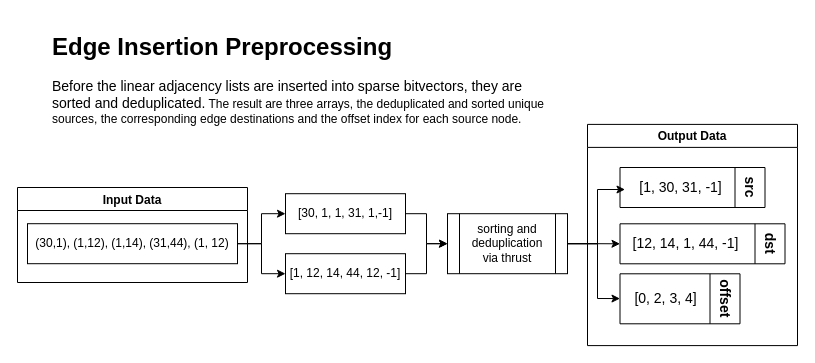
Before: img/edge-insertion.drawio in lukasboettcher/msc-paper, a draw.io diagram. Source tidied: cells renumbered, new cells numbered last; positions are measured from the earlier drawing's top-left corner, leaving out a move shared by most shapes. Both pictures are drawn from the tidied source at 100%, with x=0, y=0 at pixel (17, 27).
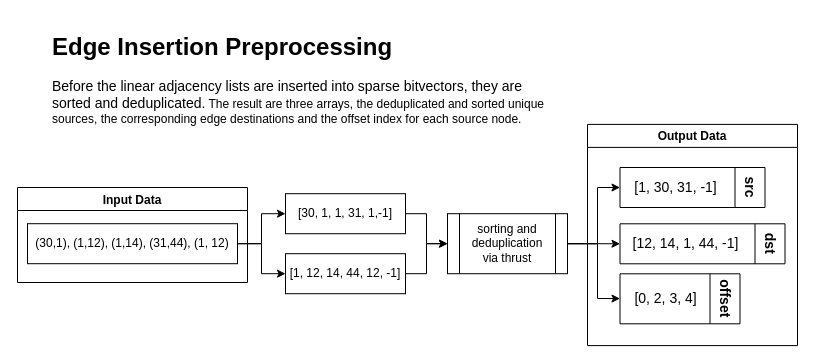
The same diagram, later.

Commit message (it also covers changes not shown here):
add higher res image for edge insert

Unchanged cells that the change refers to:
```xml
<mxCell id="11" value="&lt;div&gt;sorting and&lt;br&gt;&lt;/div&gt;&lt;div&gt;deduplication&lt;/div&gt;&lt;div&gt;via thrust&lt;/div&gt;" style="shape=process;whiteSpace=wrap;html=1;backgroundOutline=1;" parent="1" vertex="1">
  <mxGeometry x="430" y="186.2" width="120" height="60" as="geometry" />
</mxCell>
<mxCell id="20" value="src" style="swimlane;horizontal=0;fontSize=14;rotation=-180;startSize=30;" parent="15" vertex="1">
  <mxGeometry x="32.5" y="43.1" width="145" height="40" as="geometry" />
</mxCell>
```

The edit, as a diff of the source:
```diff
@@
-    <mxCell id="9" style="edgeStyle=orthogonalEdgeStyle;rounded=0;jettySize=auto;html=1;entryX=0;entryY=0.567;entryDx=0;entryDy=0;entryPerimeter=0;fontSize=14;" parent="1" edge="1" source="11" target="21">
-      <mxGeometry relative="1" as="geometry">
-        <Array as="points">
-          <mxPoint x="580" y="216" />
-          <mxPoint x="580" y="162" />
-        </Array>
-      </mxGeometry>
-    </mxCell>
@@
+    <mxCell id="22" style="edgeStyle=orthogonalEdgeStyle;rounded=0;jettySize=auto;html=1;entryX=1;entryY=0.5;entryDx=0;entryDy=0;fontSize=14;" parent="1" edge="1" source="11" target="20">
+      <mxGeometry relative="1" as="geometry">
+        <Array as="points">
+          <mxPoint x="580" y="216" />
+          <mxPoint x="580" y="160" />
+        </Array>
+      </mxGeometry>
+    </mxCell>
@@
     <mxCell id="21" value="[1, 30, 31, -1]" style="text;html=1;align=center;verticalAlign=middle;points=[];strokeColor=none;fillColor=none;fontSize=14;" parent="20" vertex="1">
-      <mxGeometry x="5" y="5" width="110" height="30" as="geometry" />
+      <mxGeometry y="5" width="110" height="30" as="geometry" />
     </mxCell>
```
